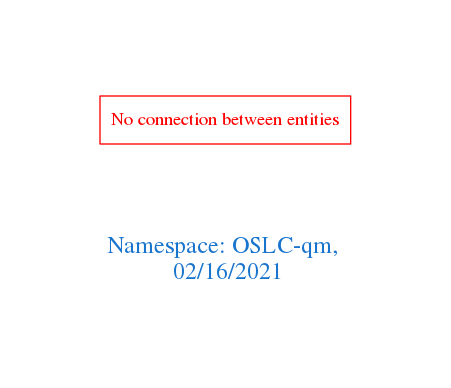
Above: downloads/OSLC-qm.png in arago/OGIT (Graphviz), before the change. Its source is kept beside it as downloads/OSLC-qm.dot.
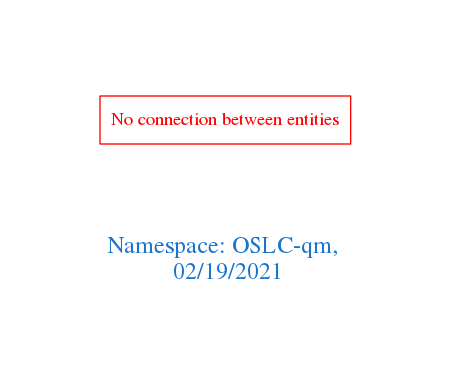
After the change.

Change to the diagram source:
```diff
@@ -1,7 +1,7 @@
 digraph OGIT_ontology {
  graph [ rankdir= LR,pad=1
 fontsize = 18,
-fontcolor= dodgerblue3,label = "\n\n\nNamespace: OSLC-qm, \n 02/16/2021"];
+fontcolor= dodgerblue3,label = "\n\n\nNamespace: OSLC-qm, \n 02/19/2021"];
 node[shape=polygon];
 edge [  color="gray81"];
 
```
